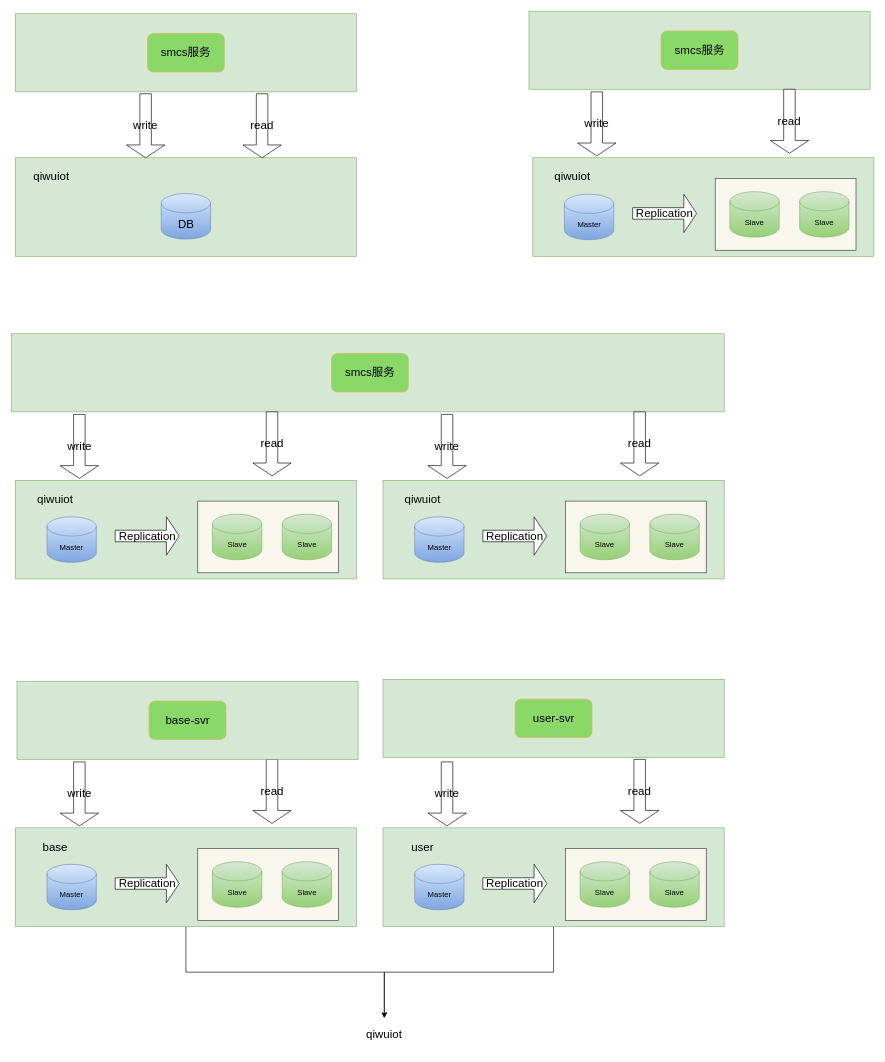
Before: page "数据库设计" (4 of 4) of 模块.drawio in viking-wj/software, a draw.io diagram. Source tidied: cells renumbered, new cells numbered last; positions are measured from the earlier drawing's top-left corner, leaving out a move shared by most shapes. Both pictures are drawn from the tidied source at 64%, with x=0, y=0 at pixel (12, 11).
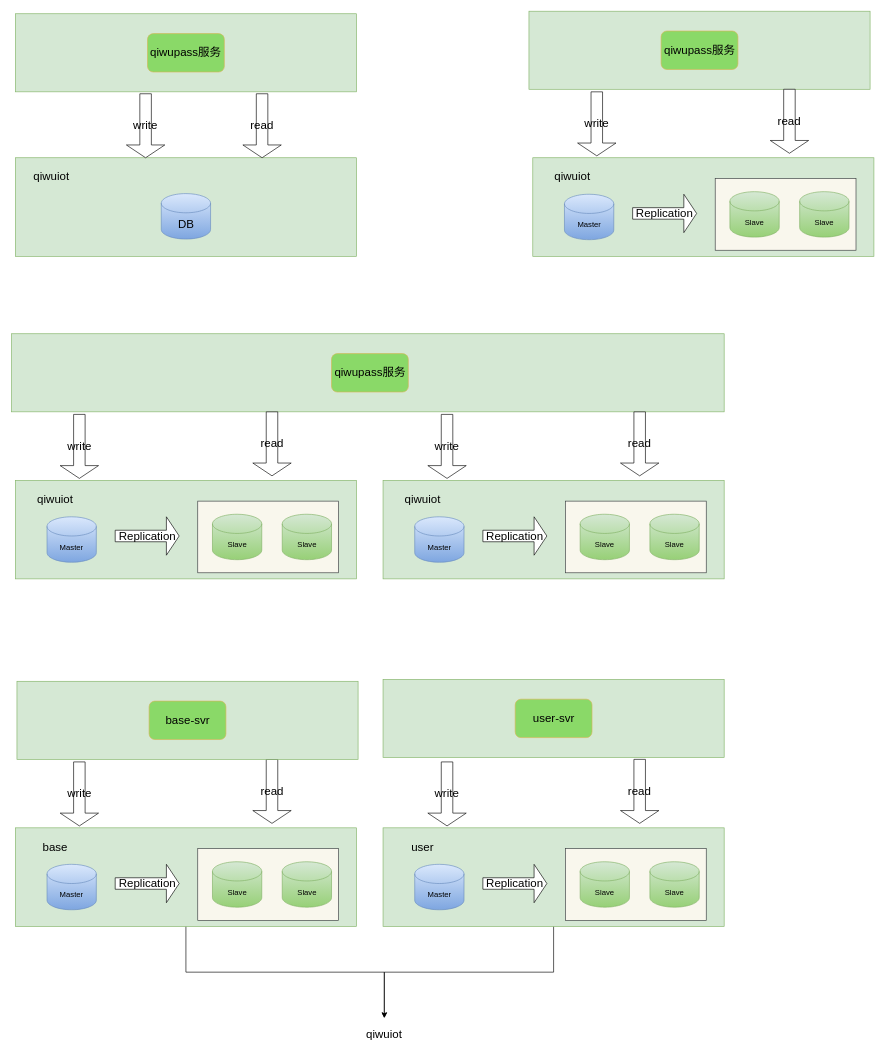
After the change.

Change to the diagram source:
```diff
@@
-    <mxCell id="4" value="smcs服务" style="rounded=1;whiteSpace=wrap;html=1;gradientColor=none;fillColor=#8AD968;strokeColor=#d6b656;fillStyle=auto;fontSize=18;" parent="1" vertex="1">
+    <mxCell id="4" value="qiwupass服务" style="rounded=1;whiteSpace=wrap;html=1;gradientColor=none;fillColor=#8AD968;strokeColor=#d6b656;fillStyle=auto;fontSize=18;" parent="1" vertex="1">
       <mxGeometry x="212" y="35" width="120" height="60" as="geometry" />
     </mxCell>
@@
-    <mxCell id="15" value="smcs服务" style="rounded=1;whiteSpace=wrap;html=1;gradientColor=none;fillColor=#8AD968;strokeColor=#d6b656;fillStyle=auto;fontSize=18;" parent="1" vertex="1">
+    <mxCell id="15" value="qiwupass服务" style="rounded=1;whiteSpace=wrap;html=1;gradientColor=none;fillColor=#8AD968;strokeColor=#d6b656;fillStyle=auto;fontSize=18;" parent="1" vertex="1">
       <mxGeometry x="1014.5" y="31" width="120" height="60" as="geometry" />
     </mxCell>
@@
-    <mxCell id="26" value="smcs服务" style="rounded=1;whiteSpace=wrap;html=1;gradientColor=none;fillColor=#8AD968;strokeColor=#d6b656;fillStyle=auto;fontSize=18;" parent="1" vertex="1">
+    <mxCell id="26" value="qiwupass服务" style="rounded=1;whiteSpace=wrap;html=1;gradientColor=none;fillColor=#8AD968;strokeColor=#d6b656;fillStyle=auto;fontSize=18;" parent="1" vertex="1">
       <mxGeometry x="499.5" y="535" width="120" height="60" as="geometry" />
     </mxCell>
```
